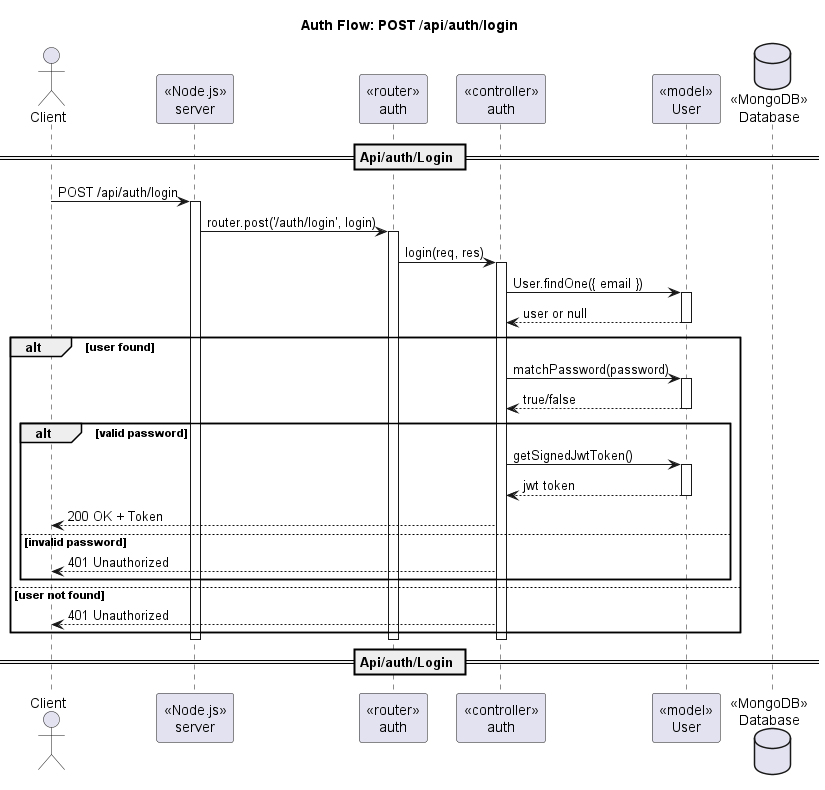
The PlantUML diagram out/docs/diagram/sequence/seq_auth_login_post.png in 098ff/ArtmaybeDEV, before a commit.
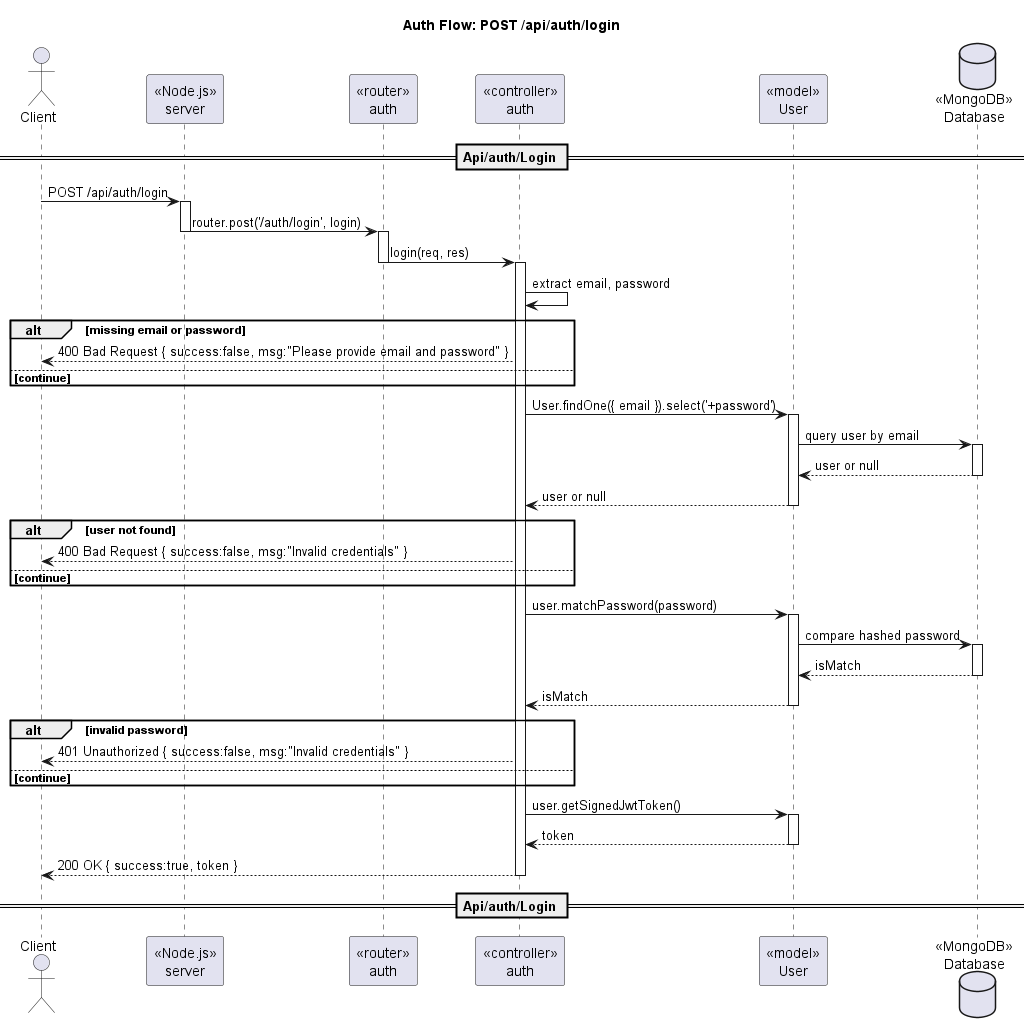
After the commit.

Diff of the diagram source:
```diff
@@ -11,30 +11,57 @@
 Client -> Server : POST /api/auth/login
 activate Server
 Server -> Router : router.post('/auth/login', login)
+deactivate Server
 activate Router
 Router -> Ctrl : login(req, res)
+deactivate Router
 activate Ctrl
-Ctrl -> UserModel : User.findOne({ email })
+Ctrl -> Ctrl : extract email, password
+
+alt missing email or password
+  Ctrl --> Client : 400 Bad Request { success:false, msg:"Please provide email and password" }
+else continue
+end
+
+Ctrl -> UserModel : User.findOne({ email }).select('+password')
 activate UserModel
+UserModel -> DB : query user by email
+activate DB
+DB --> UserModel : user or null
+deactivate DB
 UserModel --> Ctrl : user or null
 deactivate UserModel
-alt user found
-  Ctrl -> UserModel : matchPassword(password)
-  activate UserModel
-  UserModel --> Ctrl : true/false
-  deactivate UserModel
-  alt valid password
-    Ctrl -> UserModel : getSignedJwtToken()
-    activate UserModel
-    UserModel --> Ctrl : jwt token
-    deactivate UserModel
-    Ctrl --> Client : 200 OK + Token
-  else invalid password
-    Ctrl --> Client : 401 Unauthorized
-  end
-else user not found
-  Ctrl --> Client : 401 Unauthorized
+
+alt user not found
+  Ctrl --> Client : 400 Bad Request { success:false, msg:"Invalid credentials" }
+  deactivate Router
+  deactivate Server
+else continue
 end
+
+Ctrl -> UserModel : user.matchPassword(password)
+activate UserModel
+UserModel -> DB : compare hashed password
+activate DB
+DB --> UserModel : isMatch
+deactivate DB
+UserModel --> Ctrl : isMatch
+deactivate UserModel
+
+alt invalid password
+  Ctrl --> Client : 401 Unauthorized { success:false, msg:"Invalid credentials" }
+  deactivate Router
+  deactivate Server
+else continue
+end
+
+Ctrl -> UserModel : user.getSignedJwtToken()
+activate UserModel
+UserModel --> Ctrl : token
+deactivate UserModel
+
+Ctrl --> Client : 200 OK { success:true, token }
+
 deactivate Ctrl
 deactivate Router
 deactivate Server
```
